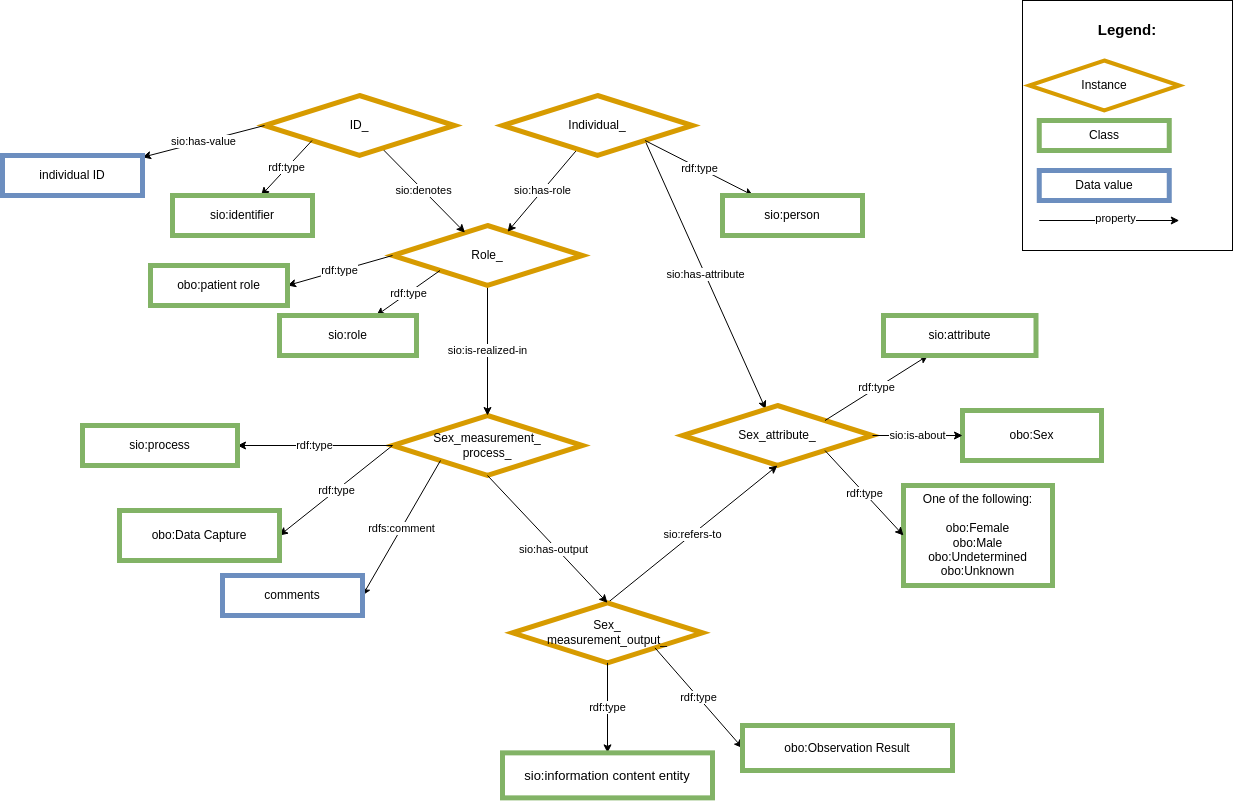
Above: images/CARE-SM-Sex.png in CARE-SM/CARE-Semantic-Model (draw.io), before the change. Source tidied: cells renumbered, new cells last; positions are measured from the earlier drawing's top-left corner, leaving out a move shared by most shapes.
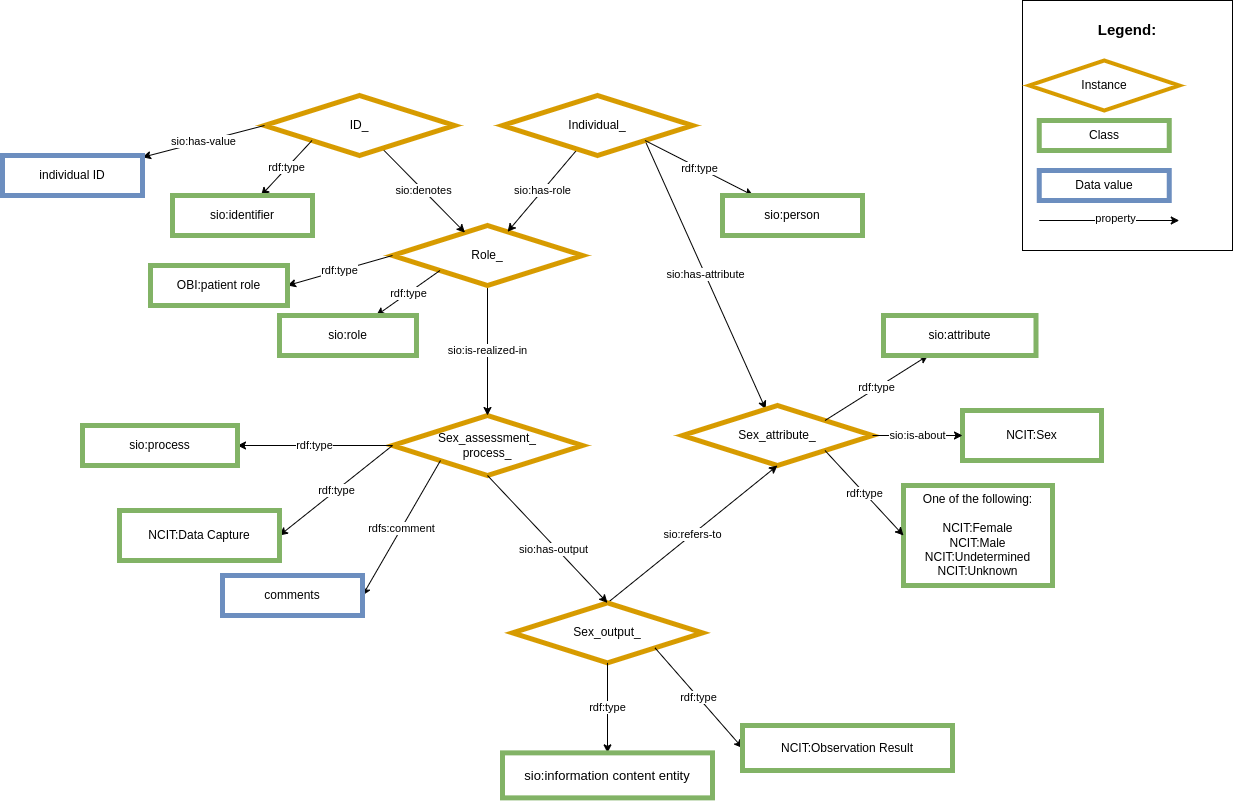
Above is the later version.

The edit, as a diff of the source:
```diff
@@ -2,7 +2,7 @@
   <root>
     <mxCell id="0" />
     <mxCell id="1" parent="0" />
-    <mxCell id="2" value="Sex_measurement_&lt;br&gt;process_" style="rhombus;whiteSpace=wrap;html=1;fillColor=#FFFFFF;strokeColor=#d79b00;strokeWidth=5;" parent="1" vertex="1">
+    <mxCell id="2" value="Sex_assessment_&lt;br&gt;process_" style="rhombus;whiteSpace=wrap;html=1;fillColor=#FFFFFF;strokeColor=#d79b00;strokeWidth=5;" parent="1" vertex="1">
       <mxGeometry x="390" y="415" width="190" height="60" as="geometry" />
     </mxCell>
     <mxCell id="3" value="&lt;span style=&quot;color: rgb(0, 0, 0); font-family: Helvetica; font-size: 11px; font-style: normal; font-variant-ligatures: normal; font-variant-caps: normal; font-weight: 400; letter-spacing: normal; orphans: 2; text-align: center; text-indent: 0px; text-transform: none; widows: 2; word-spacing: 0px; -webkit-text-stroke-width: 0px; background-color: rgb(255, 255, 255); text-decoration-thickness: initial; text-decoration-style: initial; text-decoration-color: initial; float: none; display: inline !important;&quot;&gt;sio:is-realized-in&lt;/span&gt;" style="rounded=0;jettySize=auto;html=1;exitX=0.5;exitY=1;exitDx=0;exitDy=0;entryX=0.5;entryY=0;entryDx=0;entryDy=0;" parent="1" edge="1" source="5" target="2">
@@ -62,10 +62,10 @@
     <mxCell id="21" value="rdf:type" style="edgeStyle=none;rounded=0;jettySize=auto;html=1;exitX=0;exitY=0.5;exitDx=0;exitDy=0;entryX=1;entryY=0.5;entryDx=0;entryDy=0;" parent="1" edge="1" source="5" target="22">
       <mxGeometry relative="1" as="geometry" />
     </mxCell>
-    <mxCell id="22" value="obo:patient role" style="whiteSpace=wrap;html=1;fillColor=#FFFFFF;strokeColor=#82b366;strokeWidth=5;" parent="1" vertex="1">
+    <mxCell id="22" value="OBI:patient role" style="whiteSpace=wrap;html=1;fillColor=#FFFFFF;strokeColor=#82b366;strokeWidth=5;" parent="1" vertex="1">
       <mxGeometry x="148" y="265" width="137" height="40" as="geometry" />
     </mxCell>
-    <mxCell id="23" value="&lt;span style=&quot;background-color: initial;&quot;&gt;obo:Sex&lt;br&gt;&lt;/span&gt;" style="whiteSpace=wrap;html=1;fillColor=#FFFFFF;strokeColor=#82b366;strokeWidth=5;" parent="1" vertex="1">
+    <mxCell id="23" value="&lt;span style=&quot;background-color: initial;&quot;&gt;NCIT:Sex&lt;br&gt;&lt;/span&gt;" style="whiteSpace=wrap;html=1;fillColor=#FFFFFF;strokeColor=#82b366;strokeWidth=5;" parent="1" vertex="1">
       <mxGeometry x="960" y="410" width="139" height="50" as="geometry" />
     </mxCell>
     <mxCell id="24" value="sio:is-about" style="edgeStyle=none;rounded=0;jettySize=auto;html=1;exitX=1;exitY=0.5;exitDx=0;exitDy=0;entryX=0;entryY=0.5;entryDx=0;entryDy=0;" parent="1" edge="1" source="10" target="23">
@@ -84,7 +84,7 @@
         <mxPoint x="390" y="445" as="sourcePoint" />
       </mxGeometry>
     </mxCell>
-    <mxCell id="28" value="obo:Data Capture" style="whiteSpace=wrap;html=1;fillColor=#FFFFFF;strokeColor=#82b366;strokeWidth=5;" parent="1" vertex="1">
+    <mxCell id="28" value="NCIT:Data Capture" style="whiteSpace=wrap;html=1;fillColor=#FFFFFF;strokeColor=#82b366;strokeWidth=5;" parent="1" vertex="1">
       <mxGeometry x="117" y="510" width="160" height="50" as="geometry" />
     </mxCell>
     <mxCell id="29" value="rdfs:comment" style="rounded=0;jettySize=auto;html=1;exitX=0;exitY=1;exitDx=0;exitDy=0;entryX=1;entryY=0.5;entryDx=0;entryDy=0;" parent="1" edge="1" target="30">
@@ -100,7 +100,7 @@
         <mxPoint x="775" y="465" as="targetPoint" />
       </mxGeometry>
     </mxCell>
-    <mxCell id="32" value="Sex_&lt;br&gt;measurement_output_" style="rhombus;whiteSpace=wrap;html=1;fillColor=#FFFFFF;strokeColor=#d79b00;strokeWidth=5;" parent="1" vertex="1">
+    <mxCell id="32" value="Sex_output_" style="rhombus;whiteSpace=wrap;html=1;fillColor=#FFFFFF;strokeColor=#d79b00;strokeWidth=5;" parent="1" vertex="1">
       <mxGeometry x="510" y="602.4" width="190" height="60" as="geometry" />
     </mxCell>
     <mxCell id="33" style="edgeStyle=none;rounded=0;jettySize=auto;html=1;exitX=0.5;exitY=1;exitDx=0;exitDy=0;entryX=0.5;entryY=0;entryDx=0;entryDy=0;" parent="1" edge="1" target="32">
@@ -122,10 +122,10 @@
     <mxCell id="37" value="rdf:type" style="edgeStyle=none;rounded=0;jettySize=auto;html=1;exitX=1;exitY=1;exitDx=0;exitDy=0;entryX=0;entryY=0.5;entryDx=0;entryDy=0;" parent="1" edge="1" source="32" target="38">
       <mxGeometry relative="1" as="geometry" />
     </mxCell>
-    <mxCell id="38" value="obo:Observation Result" style="whiteSpace=wrap;html=1;fillColor=#FFFFFF;strokeColor=#82b366;strokeWidth=5;" parent="1" vertex="1">
+    <mxCell id="38" value="NCIT:Observation Result" style="whiteSpace=wrap;html=1;fillColor=#FFFFFF;strokeColor=#82b366;strokeWidth=5;" parent="1" vertex="1">
       <mxGeometry x="740" y="725" width="210" height="45" as="geometry" />
     </mxCell>
-    <mxCell id="39" value="One of the following:&lt;br&gt;&lt;br&gt;&lt;span style=&quot;background-color: initial;&quot;&gt;obo:Female&lt;br&gt;obo:Male&lt;br&gt;obo:Undetermined&lt;br&gt;obo:Unknown&lt;br&gt;&lt;/span&gt;" style="whiteSpace=wrap;html=1;fillColor=#FFFFFF;strokeColor=#82b366;strokeWidth=5;" parent="1" vertex="1">
+    <mxCell id="39" value="One of the following:&lt;br&gt;&lt;br&gt;&lt;span style=&quot;background-color: initial;&quot;&gt;NCIT:Female&lt;br&gt;NCIT:Male&lt;br&gt;NCIT:Undetermined&lt;br&gt;NCIT:Unknown&lt;br&gt;&lt;/span&gt;" style="whiteSpace=wrap;html=1;fillColor=#FFFFFF;strokeColor=#82b366;strokeWidth=5;" parent="1" vertex="1">
       <mxGeometry x="901" y="485" width="149" height="100" as="geometry" />
     </mxCell>
     <mxCell id="40" value="rdf:type" style="edgeStyle=none;rounded=0;jettySize=auto;html=1;exitX=1;exitY=1;exitDx=0;exitDy=0;entryX=0;entryY=0.5;entryDx=0;entryDy=0;" parent="1" edge="1" source="10" target="39">
```
